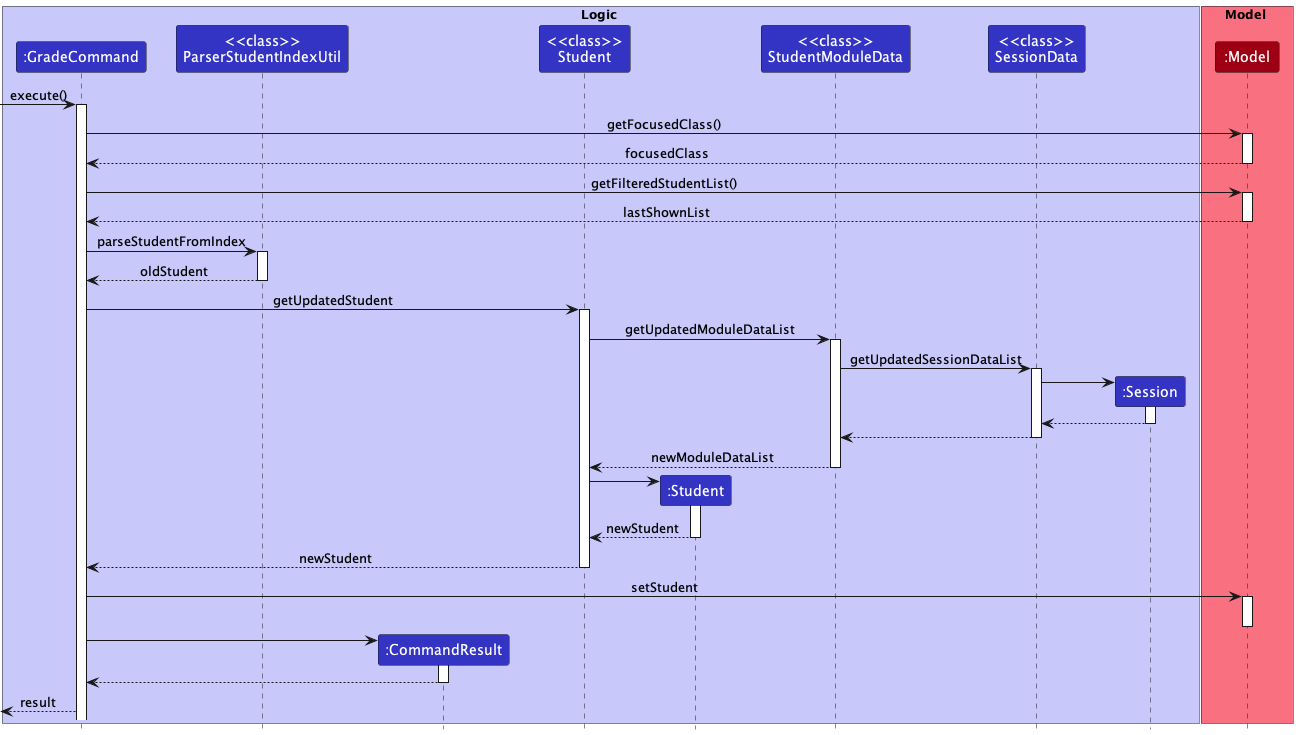
This is docs/images/GradeCommandSequenceDiagram.png from nus-cs2103-AY2223S1/tp, a PlantUML export, as it was before one commit.
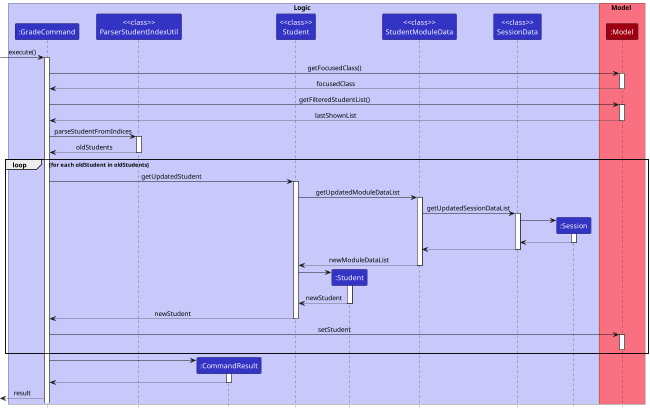
The same diagram one commit later.

Commit message:
DG: Update grade command implementation for multiple student grading

Change to the diagram source:
```diff
@@ -29,43 +29,45 @@
 Model --> GradeCommand: lastShownList
 deactivate Model
 
-GradeCommand -> Util: parseStudentFromIndex
+GradeCommand -> Util: parseStudentFromIndices
 activate Util
-Util --> GradeCommand: oldStudent
+Util --> GradeCommand: oldStudents
 deactivate Util
 
-GradeCommand -> StudentC: getUpdatedStudent
-activate StudentC
+loop for each oldStudent in oldStudents
+    GradeCommand -> StudentC: getUpdatedStudent
+    activate StudentC
 
-StudentC -> SMD: getUpdatedModuleDataList
-activate SMD
+    StudentC -> SMD: getUpdatedModuleDataList
+    activate SMD
 
-SMD -> SD: getUpdatedSessionDataList
-activate SD
-create Session
-SD -> Session
-activate Session
-Session --> SD
-deactivate Session
-SD --> SMD
-deactivate SD
+    SMD -> SD: getUpdatedSessionDataList
+    activate SD
+    create Session
+    SD -> Session
+    activate Session
+    Session --> SD
+    deactivate Session
+    SD --> SMD
+    deactivate SD
 
 
-SMD --> StudentC: newModuleDataList
-deactivate SMD
+    SMD --> StudentC: newModuleDataList
+    deactivate SMD
 
-create Student
-StudentC -> Student
-activate Student
-Student --> StudentC: newStudent
-deactivate Student
+    create Student
+    StudentC -> Student
+    activate Student
+    Student --> StudentC: newStudent
+    deactivate Student
 
-StudentC --> GradeCommand: newStudent
-deactivate StudentC
+    StudentC --> GradeCommand: newStudent
+    deactivate StudentC
 
-GradeCommand -> Model: setStudent
-activate Model
-deactivate Model
+    GradeCommand -> Model: setStudent
+    activate Model
+    deactivate Model
+end
 
 create CommandResult
 GradeCommand -> CommandResult
```
